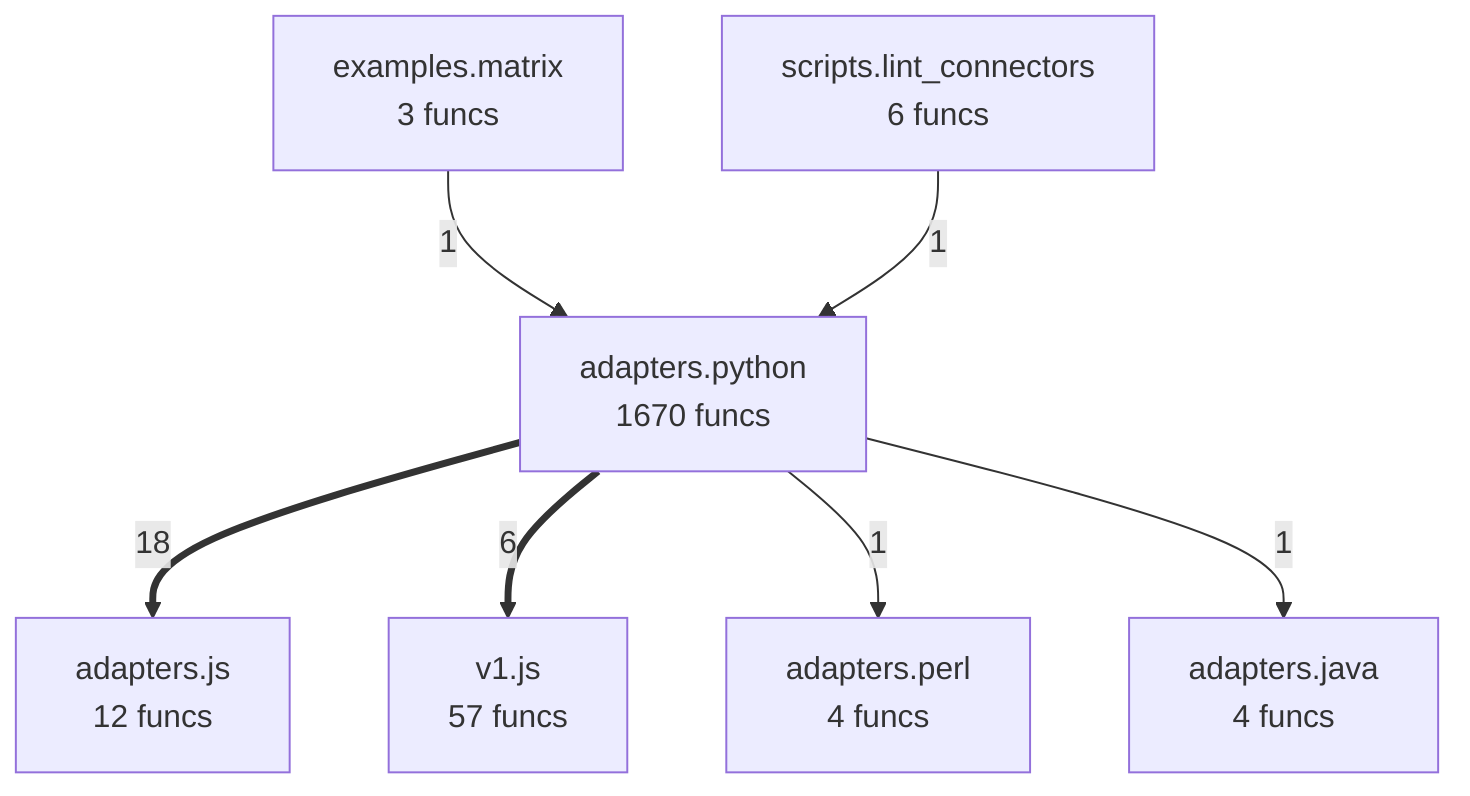
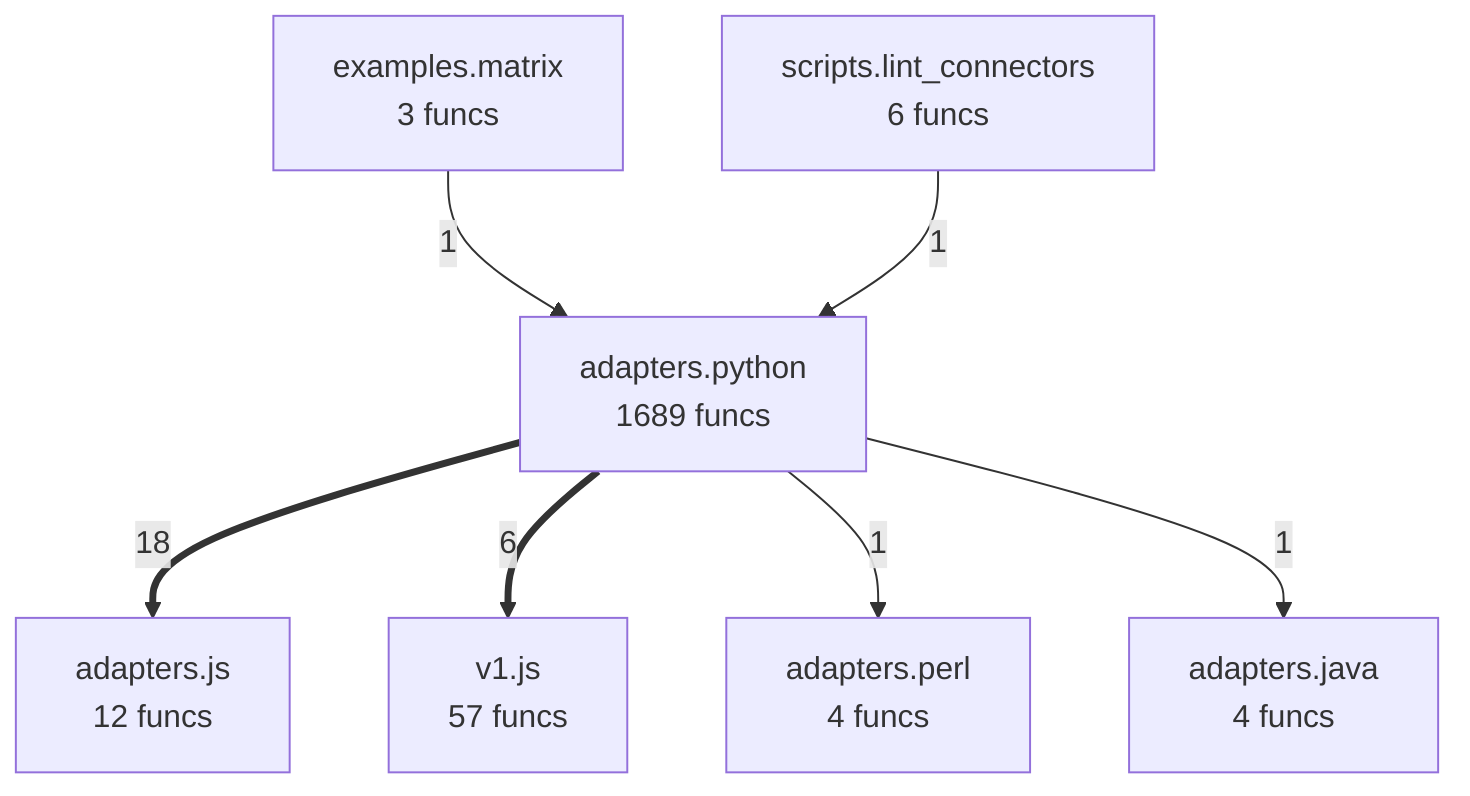
flowchart TD
- %% generated in 0.04s
+ %% generated in 0.05s
    adapters__java["adapters.java<br/>4 funcs"]
    adapters__js["adapters.js<br/>12 funcs"]
    adapters__perl["adapters.perl<br/>4 funcs"]
-     adapters__python["adapters.python<br/>1670 funcs"]
+     adapters__python["adapters.python<br/>1689 funcs"]
    examples__matrix["examples.matrix<br/>3 funcs"]
    scripts__lint_connectors["scripts.lint_connectors<br/>6 funcs"]
    v1__js["v1.js<br/>57 funcs"]
    adapters__python ==>|18| adapters__js
    adapters__python ==>|6| v1__js
    examples__matrix -->|1| adapters__python
    scripts__lint_connectors -->|1| adapters__python
    adapters__python -->|1| adapters__perl
    adapters__python -->|1| adapters__java
